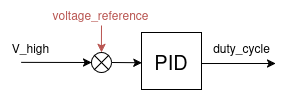
Before: src/Image/control_diagram.png, a diagram exported from draw.io (luizvilla/Core). Source tidied: cells renumbered, new cells last; positions are measured from the earlier drawing's top-left corner, leaving out a move shared by most shapes. Source of this version:
```xml
<mxGraphModel math="1">
  <root>
    <mxCell id="0" />
    <mxCell id="1" parent="0" />
    <mxCell id="2" style="endArrow=classic;html=1;rounded=0;entryX=0;entryY=0.5;entryDx=0;entryDy=0;exitX=1.004;exitY=0.544;exitDx=0;exitDy=0;exitPerimeter=0;" parent="1" edge="1" source="3">
      <mxGeometry relative="1" as="geometry">
        <mxPoint x="275" y="63" as="targetPoint" />
      </mxGeometry>
    </mxCell>
    <mxCell id="3" value="&lt;font style=&quot;font-size: 20px;&quot;&gt;PID&lt;/font&gt;" style="whiteSpace=wrap;html=1;" parent="1" vertex="1">
      <mxGeometry x="141" y="32" width="60" height="57" as="geometry" />
    </mxCell>
    <mxCell id="4" style="edgeStyle=none;rounded=0;jettySize=auto;html=1;exitX=0;exitY=0.5;exitDx=0;exitDy=0;entryX=0;entryY=0.5;entryDx=0;entryDy=0;" parent="1" edge="1" target="6">
      <mxGeometry relative="1" as="geometry">
        <mxPoint x="20.8" y="61.9" as="sourcePoint" />
      </mxGeometry>
    </mxCell>
    <mxCell id="5" style="edgeStyle=none;rounded=0;jettySize=auto;html=1;exitX=1;exitY=0.5;exitDx=0;exitDy=0;entryX=0.005;entryY=0.53;entryDx=0;entryDy=0;entryPerimeter=0;" parent="1" edge="1" source="6" target="3">
      <mxGeometry relative="1" as="geometry" />
    </mxCell>
    <mxCell id="6" style="shape=sumEllipse;perimeter=ellipsePerimeter;whiteSpace=wrap;html=1;backgroundOutline=1;" parent="1" vertex="1">
      <mxGeometry x="91" y="52" width="20" height="20" as="geometry" />
    </mxCell>
    <mxCell id="7" value="&lt;span style=&quot;color: rgb(184, 84, 80);&quot;&gt;voltage_reference&lt;/span&gt;" style="text;html=1;align=center;verticalAlign=middle;points=[];strokeColor=none;fillColor=none;" parent="1" vertex="1">
      <mxGeometry x="40" width="120" height="30" as="geometry" />
    </mxCell>
    <mxCell id="8" style="edgeStyle=orthogonalEdgeStyle;rounded=0;orthogonalLoop=1;jettySize=auto;html=1;entryX=0.5;entryY=0;entryDx=0;entryDy=0;fillColor=#f8cecc;strokeColor=#b85450;" parent="1" edge="1">
      <mxGeometry relative="1" as="geometry">
        <mxPoint x="101" y="25" as="sourcePoint" />
        <mxPoint x="100.9" y="52" as="targetPoint" />
      </mxGeometry>
    </mxCell>
    <mxCell id="9" value="V_high" style="text;html=1;align=center;verticalAlign=middle;strokeColor=none;fillColor=none;" parent="1" vertex="1">
      <mxGeometry y="33" width="60" height="30" as="geometry" />
    </mxCell>
    <mxCell id="10" value="duty_cycle" style="text;html=1;align=center;verticalAlign=middle;strokeColor=none;fillColor=none;" parent="1" vertex="1">
      <mxGeometry x="201" y="33" width="80" height="30" as="geometry" />
    </mxCell>
  </root>
</mxGraphModel>
```
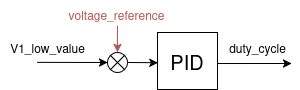
The same diagram one commit later.

What changed in the source:
```diff
@@ -2,39 +2,42 @@
   <root>
     <mxCell id="0" />
     <mxCell id="1" parent="0" />
-    <mxCell id="2" style="endArrow=classic;html=1;rounded=0;entryX=0;entryY=0.5;entryDx=0;entryDy=0;exitX=1.004;exitY=0.544;exitDx=0;exitDy=0;exitPerimeter=0;" parent="1" edge="1" source="3">
-      <mxGeometry relative="1" as="geometry">
-        <mxPoint x="275" y="63" as="targetPoint" />
-      </mxGeometry>
+    <mxCell id="2" style="group;rounded=0;" parent="1" vertex="1">
+      <mxGeometry x="7591" y="515" width="281" height="89" as="geometry" />
     </mxCell>
-    <mxCell id="3" value="&lt;font style=&quot;font-size: 20px;&quot;&gt;PID&lt;/font&gt;" style="whiteSpace=wrap;html=1;" parent="1" vertex="1">
-      <mxGeometry x="141" y="32" width="60" height="57" as="geometry" />
+    <mxCell id="3" style="endArrow=classic;html=1;rounded=0;entryX=0;entryY=0.5;entryDx=0;entryDy=0;exitX=1.004;exitY=0.544;exitDx=0;exitDy=0;exitPerimeter=0;" parent="2" edge="1" source="4">
+      <mxGeometry relative="1" as="geometry">
+        <mxPoint x="275" y="63" as="targetPoint" />
+      </mxGeometry>
     </mxCell>
-    <mxCell id="4" style="edgeStyle=none;rounded=0;jettySize=auto;html=1;exitX=0;exitY=0.5;exitDx=0;exitDy=0;entryX=0;entryY=0.5;entryDx=0;entryDy=0;" parent="1" edge="1" target="6">
-      <mxGeometry relative="1" as="geometry">
-        <mxPoint x="20.8" y="61.9" as="sourcePoint" />
-      </mxGeometry>
+    <mxCell id="4" value="&lt;font style=&quot;font-size: 20px;&quot;&gt;PID&lt;/font&gt;" style="whiteSpace=wrap;html=1;rounded=0;" parent="2" vertex="1">
+      <mxGeometry x="141" y="32" width="60" height="57" as="geometry" />
     </mxCell>
-    <mxCell id="5" style="edgeStyle=none;rounded=0;jettySize=auto;html=1;exitX=1;exitY=0.5;exitDx=0;exitDy=0;entryX=0.005;entryY=0.53;entryDx=0;entryDy=0;entryPerimeter=0;" parent="1" edge="1" source="6" target="3">
-      <mxGeometry relative="1" as="geometry" />
+    <mxCell id="5" style="edgeStyle=none;rounded=0;jettySize=auto;html=1;exitX=0;exitY=0.5;exitDx=0;exitDy=0;entryX=0;entryY=0.5;entryDx=0;entryDy=0;" parent="2" edge="1" target="7">
+      <mxGeometry relative="1" as="geometry">
+        <mxPoint x="20.7" y="61.9" as="sourcePoint" />
+      </mxGeometry>
     </mxCell>
-    <mxCell id="6" style="shape=sumEllipse;perimeter=ellipsePerimeter;whiteSpace=wrap;html=1;backgroundOutline=1;" parent="1" vertex="1">
-      <mxGeometry x="91" y="52" width="20" height="20" as="geometry" />
+    <mxCell id="6" style="edgeStyle=none;rounded=0;jettySize=auto;html=1;exitX=1;exitY=0.5;exitDx=0;exitDy=0;entryX=0.005;entryY=0.53;entryDx=0;entryDy=0;entryPerimeter=0;" parent="2" edge="1" source="7" target="4">
+      <mxGeometry relative="1" as="geometry" />
     </mxCell>
-    <mxCell id="7" value="&lt;span style=&quot;color: rgb(184, 84, 80);&quot;&gt;voltage_reference&lt;/span&gt;" style="text;html=1;align=center;verticalAlign=middle;points=[];strokeColor=none;fillColor=none;" parent="1" vertex="1">
-      <mxGeometry x="40" width="120" height="30" as="geometry" />
+    <mxCell id="7" style="shape=sumEllipse;perimeter=ellipsePerimeter;whiteSpace=wrap;html=1;backgroundOutline=1;rounded=0;" parent="2" vertex="1">
+      <mxGeometry x="91" y="52" width="20" height="20" as="geometry" />
     </mxCell>
-    <mxCell id="8" style="edgeStyle=orthogonalEdgeStyle;rounded=0;orthogonalLoop=1;jettySize=auto;html=1;entryX=0.5;entryY=0;entryDx=0;entryDy=0;fillColor=#f8cecc;strokeColor=#b85450;" parent="1" edge="1">
-      <mxGeometry relative="1" as="geometry">
-        <mxPoint x="101" y="25" as="sourcePoint" />
-        <mxPoint x="100.9" y="52" as="targetPoint" />
-      </mxGeometry>
+    <mxCell id="8" value="&lt;span style=&quot;color: rgb(184, 84, 80);&quot;&gt;voltage_reference&lt;/span&gt;" style="text;html=1;align=center;verticalAlign=middle;strokeColor=none;fillColor=none;rounded=0;" parent="2" vertex="1">
+      <mxGeometry x="40" width="120" height="30" as="geometry" />
     </mxCell>
-    <mxCell id="9" value="V_high" style="text;html=1;align=center;verticalAlign=middle;strokeColor=none;fillColor=none;" parent="1" vertex="1">
-      <mxGeometry y="33" width="60" height="30" as="geometry" />
+    <mxCell id="9" style="edgeStyle=orthogonalEdgeStyle;rounded=0;orthogonalLoop=1;jettySize=auto;html=1;entryX=0.5;entryY=0;entryDx=0;entryDy=0;fillColor=#f8cecc;strokeColor=#b85450;" parent="2" edge="1">
+      <mxGeometry relative="1" as="geometry">
+        <mxPoint x="101" y="25" as="sourcePoint" />
+        <mxPoint x="100.9" y="52" as="targetPoint" />
+      </mxGeometry>
     </mxCell>
-    <mxCell id="10" value="duty_cycle" style="text;html=1;align=center;verticalAlign=middle;strokeColor=none;fillColor=none;" parent="1" vertex="1">
-      <mxGeometry x="201" y="33" width="80" height="30" as="geometry" />
+    <mxCell id="10" value="V1_low_value" style="text;html=1;align=center;verticalAlign=middle;strokeColor=none;fillColor=none;rounded=0;" parent="2" vertex="1">
+      <mxGeometry x="-16" y="35" width="93" height="26" as="geometry" />
     </mxCell>
+    <mxCell id="11" value="duty_cycle" style="text;html=1;align=center;verticalAlign=middle;strokeColor=none;fillColor=none;rounded=0;" parent="2" vertex="1">
+      <mxGeometry x="201" y="33" width="80" height="30" as="geometry" />
+    </mxCell>
   </root>
 </mxGraphModel>
```
